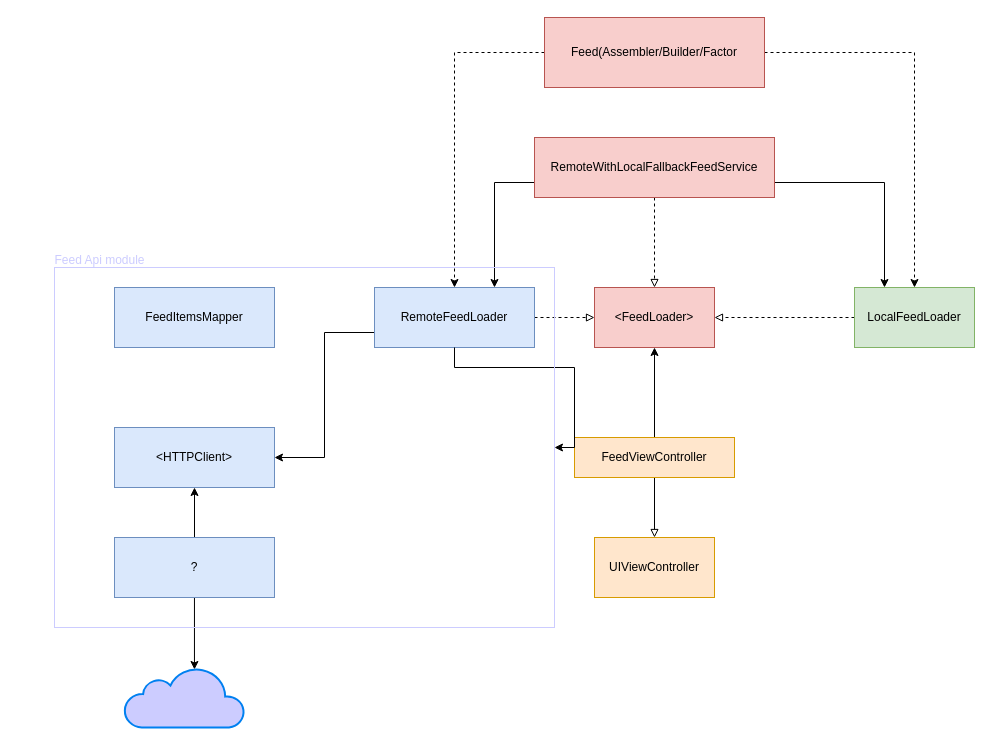
This is Diagrams/Feed Module Diagram.drawio from Galih94/EssentialFeed, a draw.io file, before an edit. Source tidied: cells renumbered, new cells numbered last; positions are measured from the earlier drawing's top-left corner, leaving out a move shared by most shapes. Both pictures are drawn from the tidied source at 100%, with x=0, y=0 at pixel (44, 17).
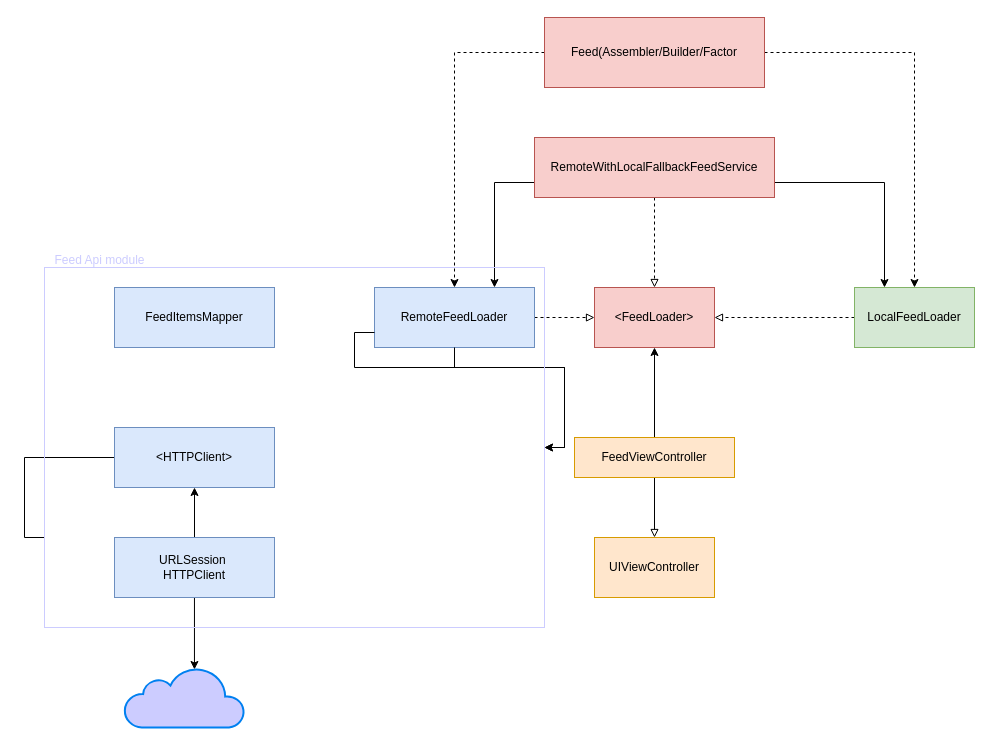
After the change.

Commit message (it also covers changes not shown here):
feat(Diagram): update diagram add URLSession (HTTPClient) object to access api BE

The change refers to these unchanged cells:
```xml
<mxCell id="12" value="RemoteFeedLoader" style="rounded=0;whiteSpace=wrap;html=1;fillColor=#dae8fc;strokeColor=#6c8ebf;" parent="1" vertex="1">
  <mxGeometry x="330" y="270" width="160" height="60" as="geometry" />
</mxCell>
<mxCell id="19" value="&amp;lt;HTTPClient&amp;gt;" style="rounded=0;whiteSpace=wrap;html=1;fillColor=#dae8fc;strokeColor=#6c8ebf;" parent="1" vertex="1">
  <mxGeometry x="70" y="410" width="160" height="60" as="geometry" />
</mxCell>
```

What changed in the source:
```diff
@@
-    <mxCell id="11" style="edgeStyle=orthogonalEdgeStyle;rounded=0;jettySize=auto;html=1;exitX=0;exitY=0.75;exitDx=0;exitDy=0;entryX=1;entryY=0.5;entryDx=0;entryDy=0;" parent="1" edge="1" source="12" target="19">
+    <mxCell id="11" style="edgeStyle=orthogonalEdgeStyle;rounded=0;jettySize=auto;html=1;exitX=0;exitY=0.75;exitDx=0;exitDy=0;entryX=1;entryY=0.5;entryDx=0;entryDy=0;" parent="1" edge="1" source="27" target="19">
       <mxGeometry relative="1" as="geometry" />
     </mxCell>
@@
-    <mxCell id="24" value="?" style="rounded=0;whiteSpace=wrap;html=1;fillColor=#dae8fc;strokeColor=#6c8ebf;" parent="1" vertex="1">
+    <mxCell id="24" value="URLSession&amp;nbsp;&lt;br&gt;HTTPClient" style="rounded=0;whiteSpace=wrap;html=1;fillColor=#dae8fc;strokeColor=#6c8ebf;" parent="1" vertex="1">
       <mxGeometry x="70" y="520" width="160" height="60" as="geometry" />
     </mxCell>
@@
+    <mxCell id="28" style="edgeStyle=orthogonalEdgeStyle;rounded=0;jettySize=auto;html=1;exitX=0;exitY=0.75;exitDx=0;exitDy=0;entryX=1;entryY=0.5;entryDx=0;entryDy=0;" parent="1" edge="1" source="12" target="27">
+      <mxGeometry relative="1" as="geometry" />
+    </mxCell>
     <mxCell id="27" style="rounded=0;whiteSpace=wrap;html=1;fillColor=none;strokeColor=#CCCCFF;" parent="1" vertex="1">
-      <mxGeometry x="10" y="250" width="500" height="360" as="geometry" />
+      <mxGeometry y="250" width="500" height="360" as="geometry" />
     </mxCell>
```
